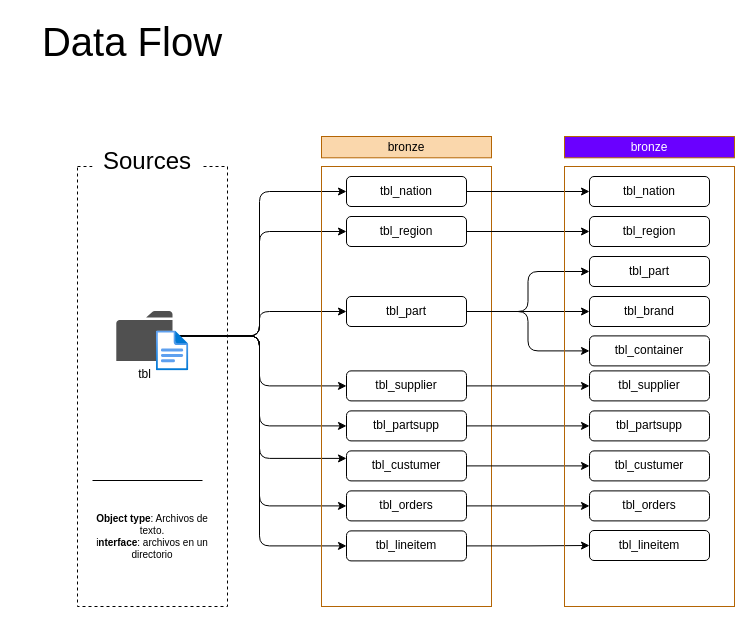
CaletOrtiz/sql-datawarehouse-project keeps this draw.io diagram as docs/dataflow.drawio. Above is the earlier version. Source tidied: cells renumbered, new cells numbered last; positions are measured from the earlier drawing's top-left corner, leaving out a move shared by most shapes. Both pictures are drawn from the tidied source at 100%, with x=0, y=0 at pixel (17, 26).
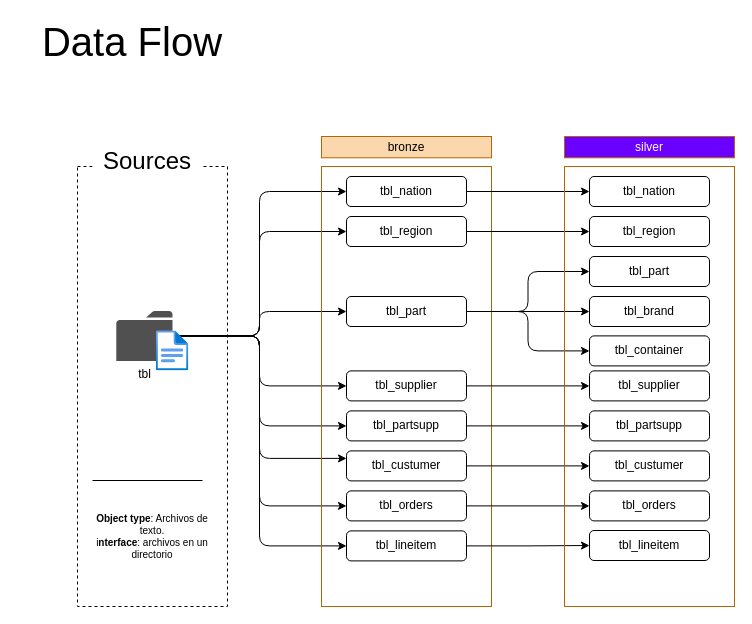
The same page after the edit.

Commit message (it also covers changes not shown here):
feat: update dataflow diagram to change 'bronze' to 'silver' and adjust styles

The edit, as a diff of the source:
```diff
@@
-    <mxCell id="37" value="bronze" style="rounded=0;whiteSpace=wrap;html=1;fillColor=light-dark(#6A00FF,#C3ABD0);strokeColor=light-dark(#B46504,#B3B3B3);fontColor=#ffffff;" parent="1" vertex="1">
+    <mxCell id="37" value="silver" style="rounded=0;whiteSpace=wrap;html=1;fillColor=light-dark(#6A00FF,#C3ABD0);strokeColor=light-dark(#B46504,#B3B3B3);fontColor=#ffffff;" parent="1" vertex="1">
       <mxGeometry x="547" y="110" width="170" height="21.3" as="geometry" />
     </mxCell>
```
